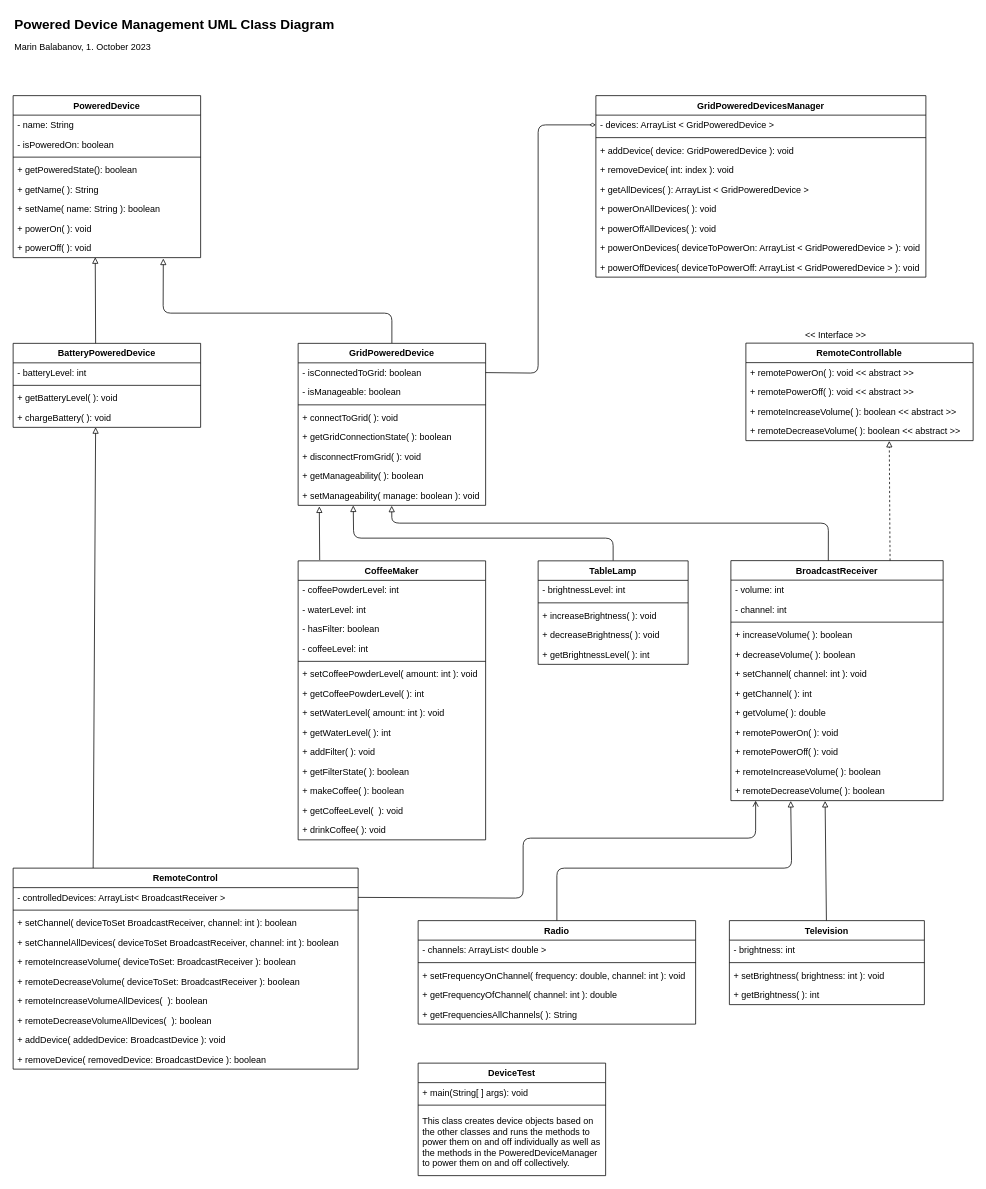
Above: DevicesUML.drawio in mbalabanov/Devices (draw.io), before the change. Source tidied: cells renumbered, new cells numbered last; positions are measured from the earlier drawing's top-left corner, leaving out a move shared by most shapes. Both pictures are drawn from the tidied source at 75%, with x=0, y=0 at pixel (13, 13).
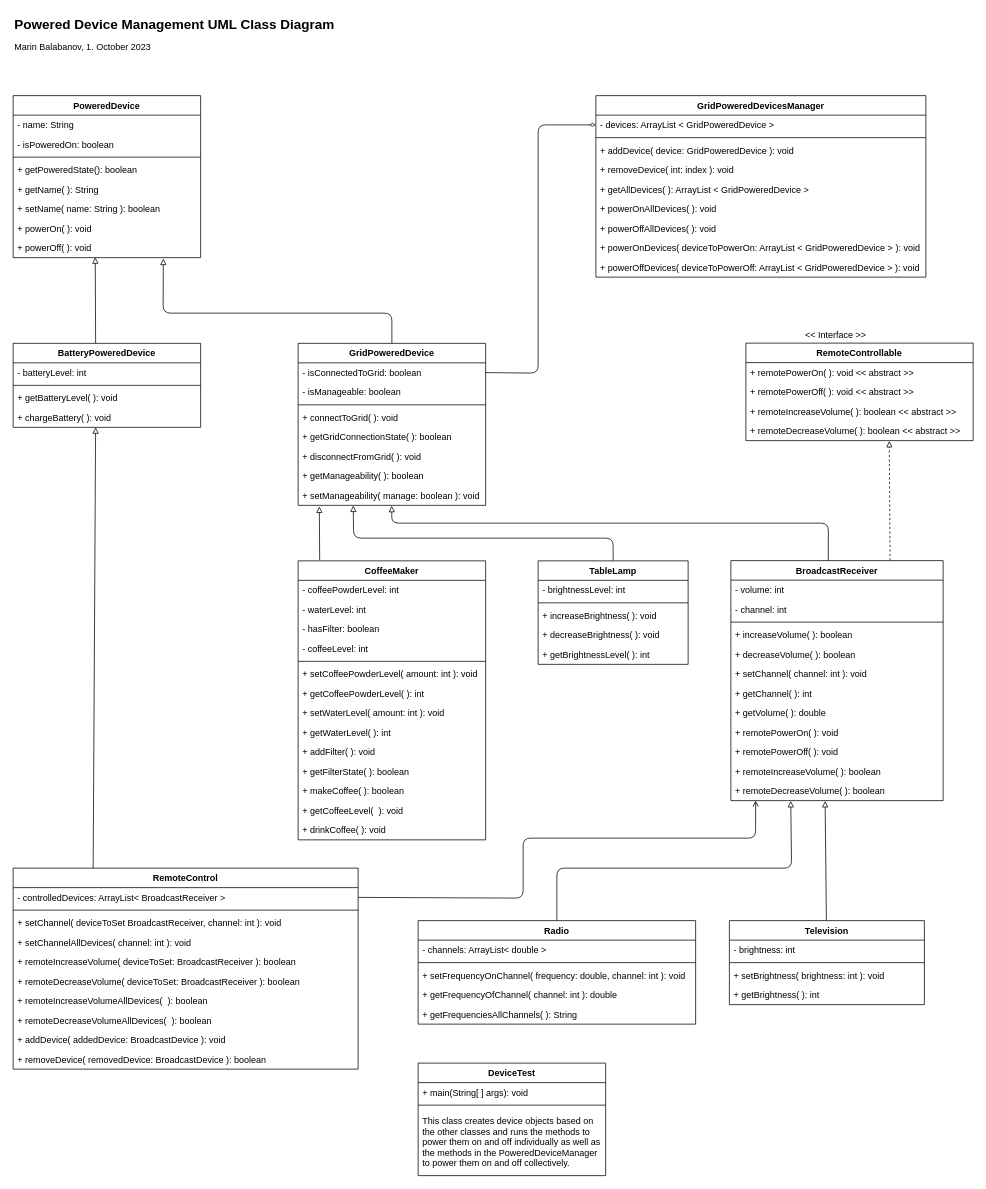
The same diagram, later.

Commit message (it also covers changes not shown here):
Adapts Diagram

Unchanged cells that the change refers to:
```xml
<mxCell id="84" value="RemoteControl" style="swimlane;fontStyle=1;align=center;verticalAlign=top;horizontal=1;startSize=26;" parent="1" vertex="1">
  <mxGeometry y="1140" width="460" height="268" as="geometry" />
</mxCell>
```

Diff of the diagram source:
```diff
@@
-    <mxCell id="87" value="+ setChannel( deviceToSet BroadcastReceiver, channel: int ): boolean" style="text;strokeColor=none;fillColor=none;align=left;verticalAlign=top;spacingLeft=4;spacingRight=4;overflow=hidden;" parent="84" vertex="1">
+    <mxCell id="87" value="+ setChannel( deviceToSet BroadcastReceiver, channel: int ): void" style="text;strokeColor=none;fillColor=none;align=left;verticalAlign=top;spacingLeft=4;spacingRight=4;overflow=hidden;" parent="84" vertex="1">
       <mxGeometry y="60" width="460" height="26" as="geometry" />
     </mxCell>
-    <mxCell id="88" value="+ setChannelAllDevices( deviceToSet BroadcastReceiver, channel: int ): boolean" style="text;strokeColor=none;fillColor=none;align=left;verticalAlign=top;spacingLeft=4;spacingRight=4;overflow=hidden;" parent="84" vertex="1">
+    <mxCell id="88" value="+ setChannelAllDevices( channel: int ): void" style="text;strokeColor=none;fillColor=none;align=left;verticalAlign=top;spacingLeft=4;spacingRight=4;overflow=hidden;" parent="84" vertex="1">
       <mxGeometry y="86" width="460" height="26" as="geometry" />
     </mxCell>
```
